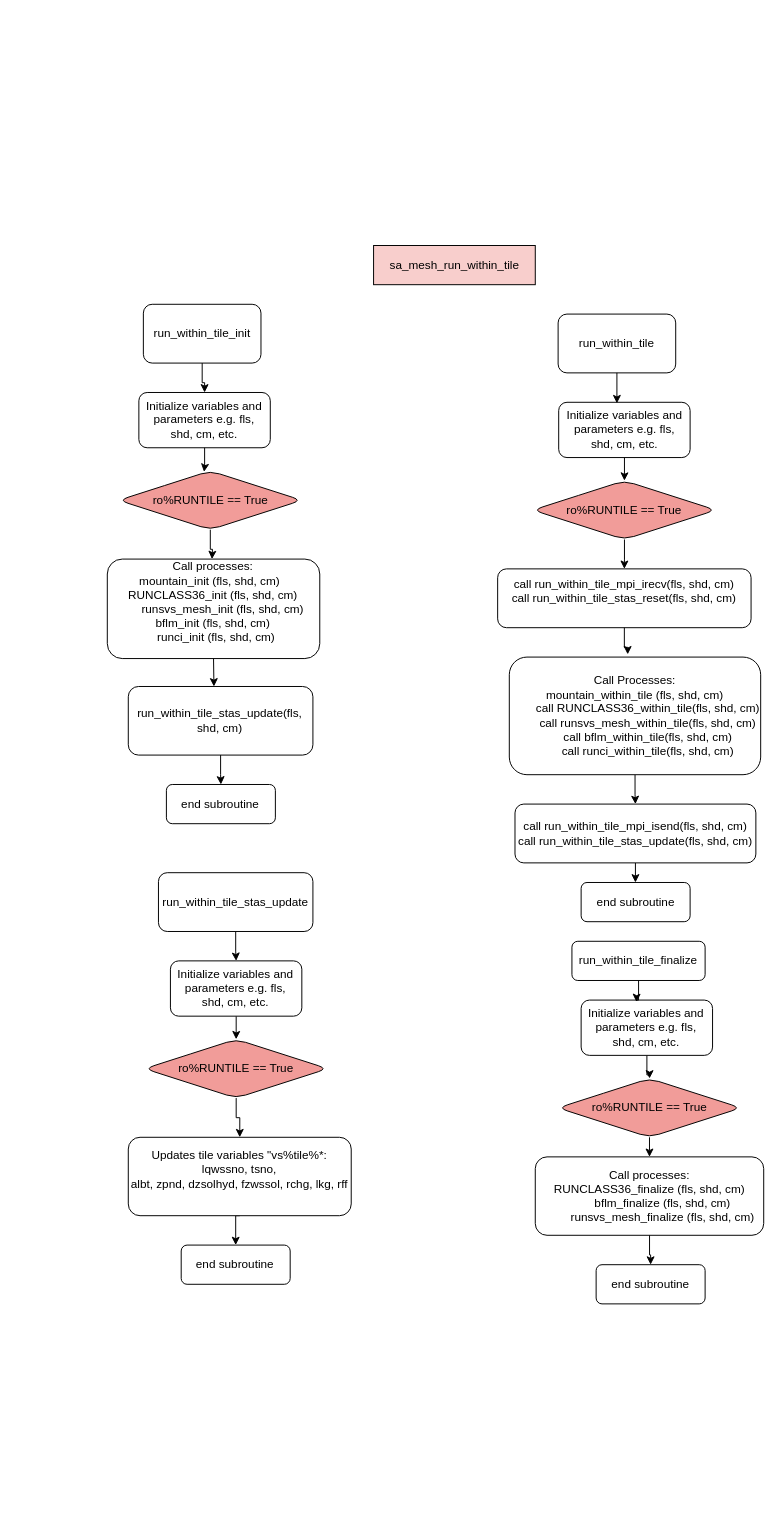
The draw.io diagram saMeshwithinTiles.drawio in MeshMapping/r1749_Mappings, before the edit. Source tidied: cells renumbered, new cells numbered last; positions are measured from the earlier drawing's top-left corner, leaving out a move shared by most shapes. Both pictures are drawn from the tidied source at 98%, with x=0, y=0 at pixel (107, 245).
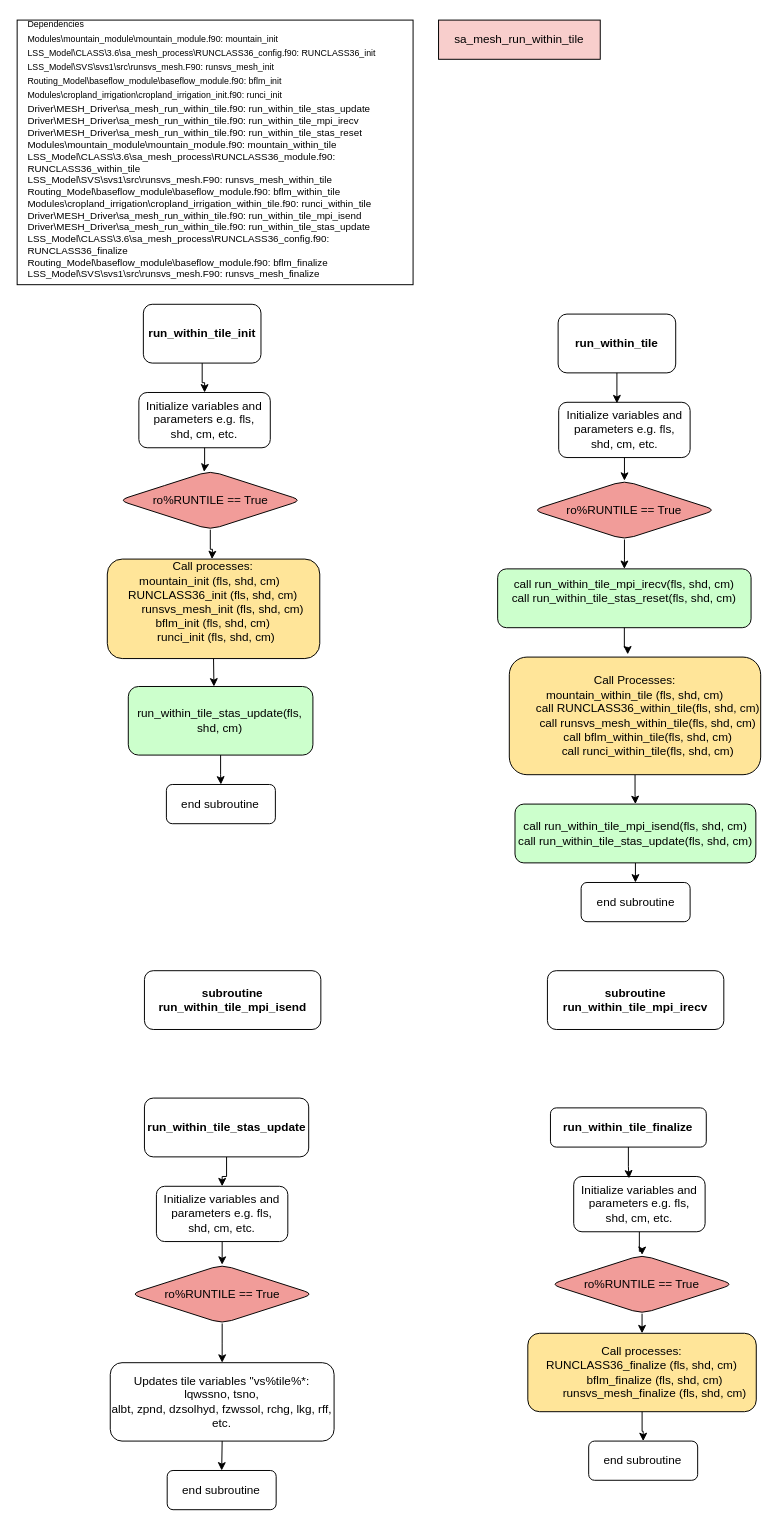
The same page after the edit.

Commit message (it also covers changes not shown here):
Modified some blocks and added list of dependencies

Unchanged cells that the change refers to:
```xml
<mxCell id="5" style="group;" parent="1" vertex="1">
  <mxGeometry y="320" width="216.8" height="110" as="geometry" />
</mxCell>
```

What changed in the source:
```diff
@@
     <mxCell id="2" value="sa_mesh_run_within_tile" style="rounded=0;whiteSpace=wrap;html=1;fillColor=#F8CECC;" parent="1" vertex="1">
-      <mxGeometry x="271.7" width="165" height="40" as="geometry" />
+      <mxGeometry x="338" y="-230" width="165" height="40" as="geometry" />
     </mxCell>
@@
-    <mxCell id="4" value="run_within_tile_init" style="rounded=1;whiteSpace=wrap;html=1;" parent="1" vertex="1">
+    <mxCell id="4" value="&lt;b&gt;run_within_tile_init&lt;/b&gt;" style="rounded=1;whiteSpace=wrap;html=1;" parent="1" vertex="1">
       <mxGeometry x="36.8" y="60" width="120" height="60" as="geometry" />
     </mxCell>
@@
-    <mxCell id="6" value="&lt;div style=&quot;&quot;&gt;&lt;div style=&quot;text-align: center;&quot;&gt;&lt;br&gt;&lt;/div&gt;&lt;/div&gt;" style="whiteSpace=wrap;html=1;rounded=1;align=left;" parent="5" vertex="1">
+    <mxCell id="6" value="&lt;div style=&quot;&quot;&gt;&lt;div style=&quot;text-align: center;&quot;&gt;&lt;br&gt;&lt;/div&gt;&lt;/div&gt;" style="whiteSpace=wrap;html=1;rounded=1;align=left;fillColor=#FFE599;" parent="5" vertex="1">
       <mxGeometry width="216.8" height="101.5" as="geometry" />
     </mxCell>
@@
-    <mxCell id="9" value="run_within_tile" style="rounded=1;whiteSpace=wrap;html=1;" parent="1" vertex="1">
+    <mxCell id="9" value="&lt;b&gt;run_within_tile&lt;/b&gt;" style="rounded=1;whiteSpace=wrap;html=1;" parent="1" vertex="1">
       <mxGeometry x="460" y="70" width="120" height="60" as="geometry" />
     </mxCell>
@@
-    <mxCell id="11" value="Call Processes:&lt;div&gt;&lt;span style=&quot;background-color: initial;&quot;&gt;mountain_within_tile&amp;nbsp;&lt;/span&gt;&lt;span style=&quot;background-color: initial;&quot;&gt;(fls, shd, cm)&lt;/span&gt;&lt;br&gt;&lt;/div&gt;&lt;div&gt;&lt;div&gt;&amp;nbsp; &amp;nbsp; &amp;nbsp; &amp;nbsp; call RUNCLASS36_within_tile(fls, shd, cm)&lt;/div&gt;&lt;div&gt;&amp;nbsp; &amp;nbsp; &amp;nbsp; &amp;nbsp; call runsvs_mesh_within_tile(fls, shd, cm)&lt;/div&gt;&lt;div&gt;&amp;nbsp; &amp;nbsp; &amp;nbsp; &amp;nbsp; call bflm_within_tile(fls, shd, cm)&lt;/div&gt;&lt;div&gt;&amp;nbsp; &amp;nbsp; &amp;nbsp; &amp;nbsp; call runci_within_tile(fls, shd, cm)&lt;/div&gt;&lt;/div&gt;" style="whiteSpace=wrap;html=1;rounded=1;" parent="1" vertex="1">
+    <mxCell id="11" value="Call Processes:&lt;div&gt;&lt;span style=&quot;background-color: initial;&quot;&gt;mountain_within_tile&amp;nbsp;&lt;/span&gt;&lt;span style=&quot;background-color: initial;&quot;&gt;(fls, shd, cm)&lt;/span&gt;&lt;br&gt;&lt;/div&gt;&lt;div&gt;&lt;div&gt;&amp;nbsp; &amp;nbsp; &amp;nbsp; &amp;nbsp; call RUNCLASS36_within_tile(fls, shd, cm)&lt;/div&gt;&lt;div&gt;&amp;nbsp; &amp;nbsp; &amp;nbsp; &amp;nbsp; call runsvs_mesh_within_tile(fls, shd, cm)&lt;/div&gt;&lt;div&gt;&amp;nbsp; &amp;nbsp; &amp;nbsp; &amp;nbsp; call bflm_within_tile(fls, shd, cm)&lt;/div&gt;&lt;div&gt;&amp;nbsp; &amp;nbsp; &amp;nbsp; &amp;nbsp; call runci_within_tile(fls, shd, cm)&lt;/div&gt;&lt;/div&gt;" style="whiteSpace=wrap;html=1;rounded=1;fillColor=#FFE599;" parent="1" vertex="1">
       <mxGeometry x="410.2" y="420" width="256.5" height="120" as="geometry" />
     </mxCell>
@@
-    <mxCell id="13" value="&lt;div&gt;call run_within_tile_mpi_isend(fls, shd, cm)&lt;br&gt;&lt;/div&gt;call run_within_tile_stas_update(fls, shd, cm)" style="whiteSpace=wrap;html=1;rounded=1;" parent="1" vertex="1">
+    <mxCell id="13" value="&lt;div&gt;call run_within_tile_mpi_isend(fls, shd, cm)&lt;br&gt;&lt;/div&gt;call run_within_tile_stas_update(fls, shd, cm)" style="whiteSpace=wrap;html=1;rounded=1;fillColor=#CCFFCC;" parent="1" vertex="1">
       <mxGeometry x="416" y="570" width="245.8" height="60" as="geometry" />
     </mxCell>
-    <mxCell id="14" value="run_within_tile_finalize" style="rounded=1;whiteSpace=wrap;html=1;" parent="1" vertex="1">
-      <mxGeometry x="474.1" y="710" width="135.9" height="40" as="geometry" />
+    <mxCell id="14" value="&lt;b&gt;run_within_tile_finalize&lt;/b&gt;" style="rounded=1;whiteSpace=wrap;html=1;" parent="1" vertex="1">
+      <mxGeometry x="452.2" y="880" width="159" height="40" as="geometry" />
     </mxCell>
-    <mxCell id="15" value="Call processes:&lt;div&gt;&lt;div&gt;RUNCLASS36_finalize&amp;nbsp;(fls, shd, cm)&lt;/div&gt;&lt;div&gt;&amp;nbsp; &amp;nbsp; &amp;nbsp; &amp;nbsp; bflm_finalize&amp;nbsp;(fls, shd, cm)&lt;/div&gt;&lt;div&gt;&amp;nbsp; &amp;nbsp; &amp;nbsp; &amp;nbsp; runsvs_mesh_finalize&amp;nbsp;(fls, shd, cm)&lt;/div&gt;&lt;/div&gt;" style="whiteSpace=wrap;html=1;rounded=1;" parent="1" vertex="1">
-      <mxGeometry x="436.7" y="930" width="233.1" height="80" as="geometry" />
+    <mxCell id="15" value="Call processes:&lt;div&gt;&lt;div&gt;RUNCLASS36_finalize&amp;nbsp;(fls, shd, cm)&lt;/div&gt;&lt;div&gt;&amp;nbsp; &amp;nbsp; &amp;nbsp; &amp;nbsp; bflm_finalize&amp;nbsp;(fls, shd, cm)&lt;/div&gt;&lt;div&gt;&amp;nbsp; &amp;nbsp; &amp;nbsp; &amp;nbsp; runsvs_mesh_finalize&amp;nbsp;(fls, shd, cm)&lt;/div&gt;&lt;/div&gt;" style="whiteSpace=wrap;html=1;rounded=1;fillColor=#FFE599;" parent="1" vertex="1">
+      <mxGeometry x="429.1" y="1110" width="233.1" height="80" as="geometry" />
     </mxCell>
@@
-    <mxCell id="17" value="run_within_tile_stas_update" style="rounded=1;whiteSpace=wrap;html=1;" parent="1" vertex="1">
-      <mxGeometry x="52.2" y="640" width="157.6" height="60" as="geometry" />
+    <mxCell id="17" value="&lt;b&gt;run_within_tile_stas_update&lt;/b&gt;" style="rounded=1;whiteSpace=wrap;html=1;" parent="1" vertex="1">
+      <mxGeometry x="37.9" y="870" width="167.6" height="60" as="geometry" />
     </mxCell>
@@
-    <mxCell id="19" value="Updates tile variables &quot;vs%tile%*:&lt;div&gt;lqwssno,&amp;nbsp;tsno, albt,&amp;nbsp;zpnd,&amp;nbsp;dzsolhyd,&amp;nbsp;fzwssol,&amp;nbsp;rchg,&amp;nbsp;lkg,&amp;nbsp;rff&lt;br&gt;&lt;div&gt;&lt;br&gt;&lt;/div&gt;&lt;/div&gt;" style="whiteSpace=wrap;html=1;rounded=1;" parent="1" vertex="1">
-      <mxGeometry x="21.4" y="910" width="227.5" height="80" as="geometry" />
+    <mxCell id="19" value="Updates tile variables &quot;vs%tile%*:&lt;div&gt;lqwssno,&amp;nbsp;tsno, albt,&amp;nbsp;zpnd,&amp;nbsp;dzsolhyd,&amp;nbsp;fzwssol,&amp;nbsp;rchg,&amp;nbsp;lkg,&amp;nbsp;rff, etc.&lt;/div&gt;" style="whiteSpace=wrap;html=1;rounded=1;" parent="1" vertex="1">
+      <mxGeometry x="3" y="1140" width="228.4" height="80" as="geometry" />
     </mxCell>
@@
-    <mxCell id="25" value="run_within_tile_stas_update(fls, shd, cm)" style="rounded=1;whiteSpace=wrap;html=1;" parent="1" vertex="1">
+    <mxCell id="25" value="run_within_tile_stas_update(fls, shd, cm)" style="rounded=1;whiteSpace=wrap;html=1;fillColor=#CCFFCC;" parent="1" vertex="1">
       <mxGeometry x="21.4" y="450" width="188.4" height="70" as="geometry" />
     </mxCell>
@@
-    <mxCell id="32" value="call run_within_tile_mpi_irecv(fls, shd, cm)&lt;div&gt;call run_within_tile_stas_reset(fls, shd, cm)&lt;br&gt;&lt;div&gt;&lt;br&gt;&lt;/div&gt;&lt;/div&gt;" style="whiteSpace=wrap;html=1;fillColor=#FFFFFF;rounded=1;" parent="1" vertex="1">
+    <mxCell id="32" value="call run_within_tile_mpi_irecv(fls, shd, cm)&lt;div&gt;call run_within_tile_stas_reset(fls, shd, cm)&lt;br&gt;&lt;div&gt;&lt;br&gt;&lt;/div&gt;&lt;/div&gt;" style="whiteSpace=wrap;html=1;fillColor=#CCFFCC;rounded=1;" parent="1" vertex="1">
       <mxGeometry x="398.3" y="330" width="258.6" height="60" as="geometry" />
     </mxCell>
@@
     <mxCell id="36" value="&lt;div&gt;ro%RUNTILE == True&lt;/div&gt;" style="rhombus;whiteSpace=wrap;html=1;rounded=1;fillColor=#F19C99;" parent="1" vertex="1">
-      <mxGeometry x="38" y="810" width="186.9" height="60" as="geometry" />
+      <mxGeometry x="23.7" y="1040" width="186.9" height="60" as="geometry" />
     </mxCell>
@@
     <mxCell id="38" value="Initialize variables and parameters e.g. fls, shd,&amp;nbsp;cm, etc." style="rounded=1;whiteSpace=wrap;html=1;" parent="1" vertex="1">
-      <mxGeometry x="64.4" y="730" width="134.1" height="56.4" as="geometry" />
+      <mxGeometry x="50.1" y="960" width="134.1" height="56.4" as="geometry" />
     </mxCell>
@@
     <mxCell id="40" value="&lt;div&gt;ro%RUNTILE == True&lt;/div&gt;" style="rhombus;whiteSpace=wrap;html=1;rounded=1;fillColor=#F19C99;" parent="1" vertex="1">
-      <mxGeometry x="459.8" y="850" width="186.9" height="60" as="geometry" />
+      <mxGeometry x="452.2" y="1030" width="186.9" height="60" as="geometry" />
     </mxCell>
@@
     <mxCell id="42" value="Initialize variables and parameters e.g. fls, shd,&amp;nbsp;cm, etc." style="rounded=1;whiteSpace=wrap;html=1;" parent="1" vertex="1">
-      <mxGeometry x="483.5" y="770" width="134.1" height="56.4" as="geometry" />
+      <mxGeometry x="475.9" y="950" width="134.1" height="56.4" as="geometry" />
     </mxCell>
@@
     <mxCell id="44" value="end subroutine" style="whiteSpace=wrap;html=1;rounded=1;" parent="1" vertex="1">
-      <mxGeometry x="75.4" y="1020" width="111.2" height="40" as="geometry" />
+      <mxGeometry x="61.1" y="1250" width="111.2" height="40" as="geometry" />
     </mxCell>
     <mxCell id="45" value="end subroutine" style="whiteSpace=wrap;html=1;rounded=1;" parent="1" vertex="1">
-      <mxGeometry x="498.8" y="1040" width="111.2" height="40" as="geometry" />
+      <mxGeometry x="491.2" y="1220" width="111.2" height="40" as="geometry" />
     </mxCell>
@@
+    <mxCell id="47" style="group;" parent="1" vertex="1">
+      <mxGeometry x="-92" y="-230" width="404.1" height="270" as="geometry" />
+    </mxCell>
+    <mxCell id="48" style="rounded=0;whiteSpace=wrap;html=1;" parent="47" vertex="1">
+      <mxGeometry width="404" height="270" as="geometry" />
+    </mxCell>
+    <mxCell id="49" value="&lt;font style=&quot;font-size: 9px;&quot;&gt;Dependencies&lt;/font&gt;&lt;div&gt;&lt;div&gt;&lt;font style=&quot;font-size: 9px;&quot;&gt;Modules\mountain_module\mountain_module.f90: mountain_init&lt;/font&gt;&lt;/div&gt;&lt;div&gt;&lt;font style=&quot;font-size: 9px;&quot;&gt;LSS_Model\CLASS\3.6\sa_mesh_process\RUNCLASS36_config.f90: RUNCLASS36_init&lt;/font&gt;&lt;/div&gt;&lt;div&gt;&lt;font style=&quot;font-size: 9px;&quot;&gt;LSS_Model\SVS\svs1\src\runsvs_mesh.F90: runsvs_mesh_init&lt;/font&gt;&lt;/div&gt;&lt;div&gt;&lt;font style=&quot;font-size: 9px;&quot;&gt;Routing_Model\baseflow_module\baseflow_module.f90: bflm_init&lt;/font&gt;&lt;/div&gt;&lt;div&gt;&lt;font style=&quot;font-size: 9px;&quot;&gt;Modules\cropland_irrigation\cropland_irrigation_init.f90: runci_init&lt;/font&gt;&lt;/div&gt;&lt;/div&gt;&lt;div&gt;&lt;font style=&quot;&quot;&gt;&lt;font size=&quot;1&quot;&gt;Driver\MESH_Driver\sa_mesh_run_within_tile.f90: run_within_tile_stas_update&lt;/font&gt;&lt;br&gt;&lt;/font&gt;&lt;/div&gt;&lt;div&gt;&lt;font size=&quot;1&quot; style=&quot;&quot;&gt;&lt;div style=&quot;&quot;&gt;Driver\MESH_Driver\sa_mesh_run_within_tile.f90: run_within_tile_mpi_irecv&lt;/div&gt;&lt;div style=&quot;&quot;&gt;Driver\MESH_Driver\sa_mesh_run_within_tile.f90: run_within_tile_stas_reset&lt;/div&gt;&lt;div style=&quot;&quot;&gt;Modules\mountain_module\mountain_module.f90: mountain_within_tile&lt;/div&gt;&lt;div style=&quot;&quot;&gt;LSS_Model\CLASS\3.6\sa_mesh_process\RUNCLASS36_module.f90: RUNCLASS36_within_tile&lt;/div&gt;&lt;div style=&quot;&quot;&gt;LSS_Model\SVS\svs1\src\runsvs_mesh.F90: runsvs_mesh_within_tile&lt;/div&gt;&lt;div style=&quot;&quot;&gt;Routing_Model\baseflow_module\baseflow_module.f90: bflm_within_tile&lt;/div&gt;&lt;div style=&quot;&quot;&gt;Modules\cropland_irrigation\cropland_irrigation_within_tile.f90: runci_within_tile&lt;/div&gt;&lt;div style=&quot;&quot;&gt;Driver\MESH_Driver\sa_mesh_run_within_tile.f90: run_within_tile_mpi_isend&lt;/div&gt;&lt;div style=&quot;&quot;&gt;Driver\MESH_Driver\sa_mesh_run_within_tile.f90: run_within_tile_stas_update&lt;/div&gt;&lt;div style=&quot;&quot;&gt;LSS_Model\CLASS\3.6\sa_mesh_process\RUNCLASS36_config.f90: RUNCLASS36_finalize&lt;/div&gt;&lt;div style=&quot;&quot;&gt;Routing_Model\baseflow_module\baseflow_module.f90: bflm_finalize&lt;/div&gt;&lt;div style=&quot;&quot;&gt;LSS_Model\SVS\svs1\src\runsvs_mesh.F90: runsvs_mesh_finalize&lt;/div&gt;&lt;/font&gt;&lt;/div&gt;" style="text;html=1;align=left;verticalAlign=middle;whiteSpace=wrap;rounded=0;" parent="47" vertex="1">
+      <mxGeometry x="9.3" width="384.6" height="262.7" as="geometry" />
+    </mxCell>
+    <mxCell id="50" value="&lt;b&gt;subroutine&lt;/b&gt;&lt;div&gt;&lt;b&gt;run_within_tile_mpi_isend&lt;/b&gt;&lt;/div&gt;" style="rounded=1;whiteSpace=wrap;html=1;" parent="1" vertex="1">
+      <mxGeometry x="37.9" y="740" width="180" height="60" as="geometry" />
+    </mxCell>
+    <mxCell id="51" value="&lt;b&gt;subroutine run_within_tile_mpi_irecv&lt;/b&gt;" style="rounded=1;whiteSpace=wrap;html=1;" parent="1" vertex="1">
+      <mxGeometry x="449.1" y="740" width="180" height="60" as="geometry" />
+    </mxCell>
```
